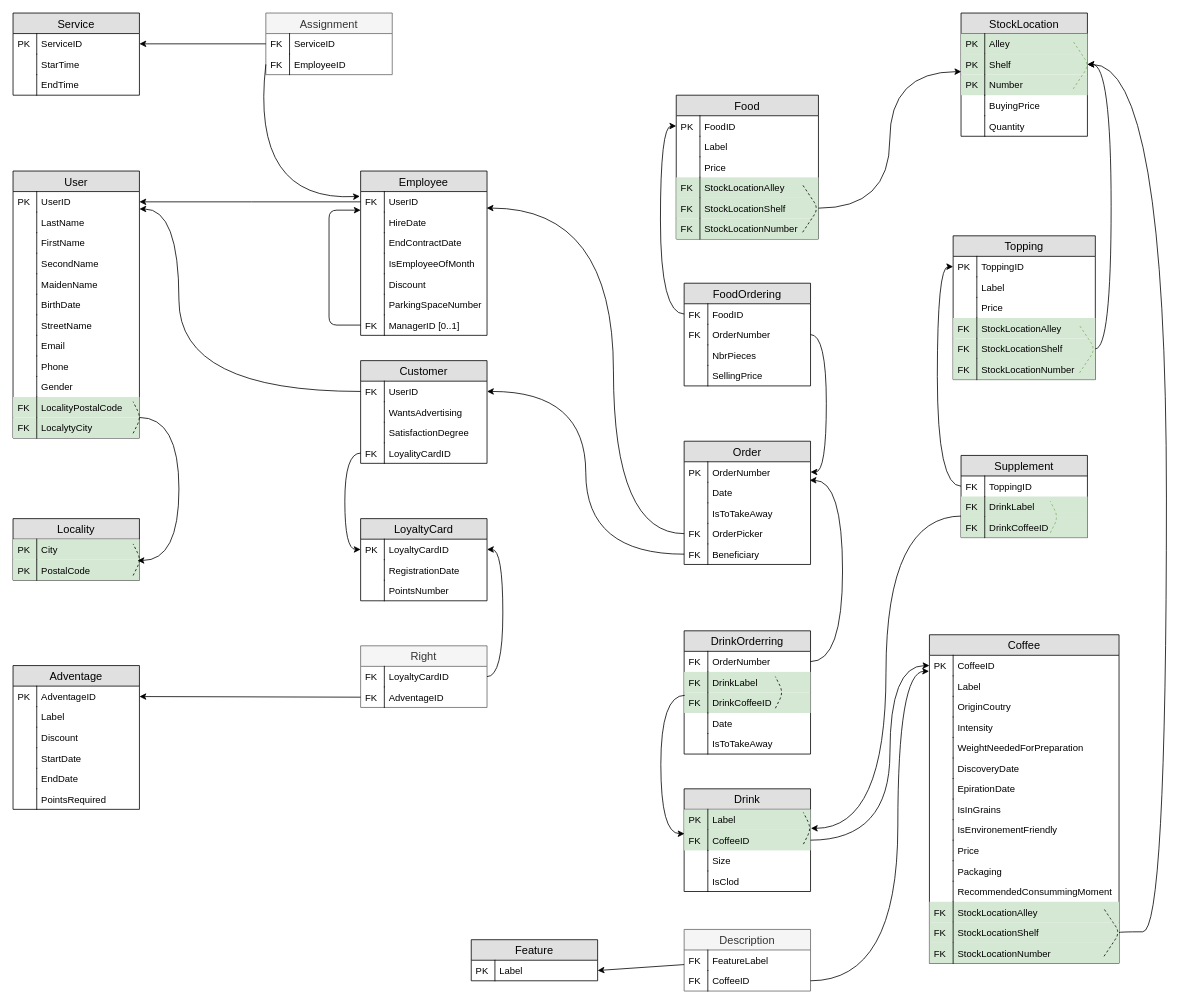
DrakeXorn/CoffIG keeps this draw.io diagram as schéma logique relationnel.drawio. Above is the earlier version. Source tidied: cells renumbered, new cells numbered last; positions are measured from the earlier drawing's top-left corner, leaving out a move shared by most shapes. Both pictures are drawn from the tidied source at 79%, with x=0, y=0 at pixel (13, 13).
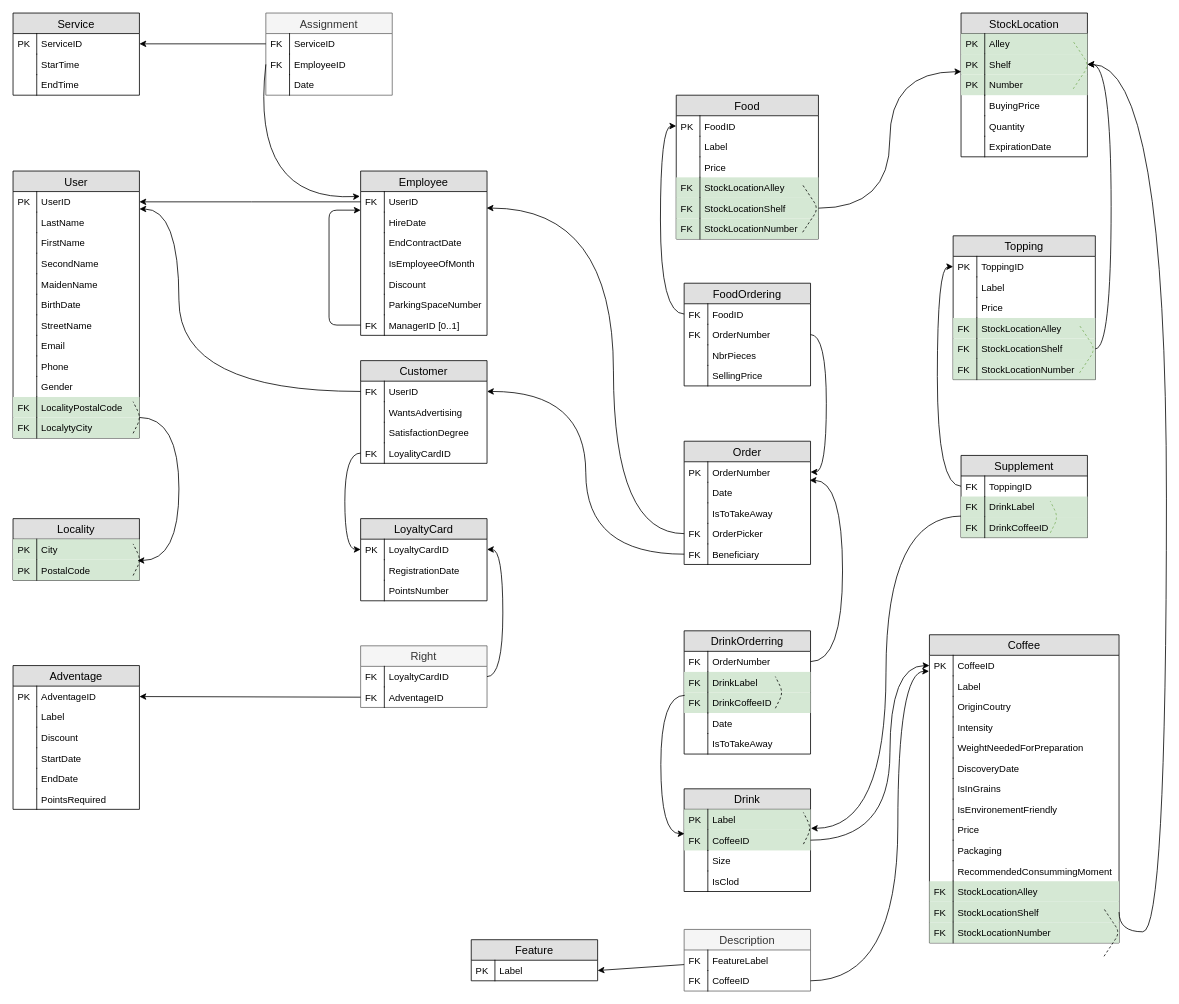
The same page after the edit.

The edit, as a diff of the source:
```diff
@@
     <mxCell id="9" value="Assignment" style="swimlane;fontStyle=0;horizontal=1;startSize=26;fillColor=#f5f5f5;swimlaneFillColor=#ffffff;align=center;fontSize=14;strokeColor=#666666;fontColor=#333333;" parent="1" vertex="1">
-      <mxGeometry x="320" width="160" height="78" as="geometry" />
+      <mxGeometry x="320" width="160" height="104" as="geometry" />
     </mxCell>
@@
+    <mxCell id="248" value="Date" style="shape=partialRectangle;top=0;left=0;right=0;bottom=0;align=left;verticalAlign=top;fillColor=none;spacingLeft=34;spacingRight=4;overflow=hidden;fontSize=12;" parent="9" vertex="1">
+      <mxGeometry y="78" width="160" height="26" as="geometry" />
+    </mxCell>
+    <mxCell id="249" style="shape=partialRectangle;top=0;left=0;bottom=0;fillColor=none;align=left;verticalAlign=top;spacingLeft=4;spacingRight=4;overflow=hidden;fontSize=12;" parent="248" vertex="1">
+      <mxGeometry width="30" height="26" as="geometry" />
+    </mxCell>
@@
     <mxCell id="104" value="StockLocation" style="swimlane;fontStyle=0;horizontal=1;startSize=26;fillColor=#e0e0e0;swimlaneFillColor=#ffffff;align=center;fontSize=14;" parent="1" vertex="1">
-      <mxGeometry x="1200" width="160" height="156" as="geometry" />
+      <mxGeometry x="1200" width="160" height="182" as="geometry" />
     </mxCell>
@@
+    <mxCell id="250" value="ExpirationDate" style="shape=partialRectangle;top=0;left=0;right=0;bottom=0;align=left;verticalAlign=top;fillColor=none;spacingLeft=34;spacingRight=4;overflow=hidden;fontSize=12;" parent="104" vertex="1">
+      <mxGeometry y="156" width="160" height="26" as="geometry" />
+    </mxCell>
+    <mxCell id="251" style="shape=partialRectangle;top=0;left=0;bottom=0;fillColor=none;align=left;verticalAlign=top;spacingLeft=4;spacingRight=4;overflow=hidden;fontSize=12;" parent="250" vertex="1">
+      <mxGeometry width="30" height="26" as="geometry" />
+    </mxCell>
@@
     <mxCell id="204" value="Coffee" style="swimlane;fontStyle=0;horizontal=1;startSize=26;fillColor=#e0e0e0;swimlaneFillColor=#ffffff;align=center;fontSize=14;" parent="1" vertex="1">
-      <mxGeometry x="1160" y="787" width="240" height="416" as="geometry" />
+      <mxGeometry x="1160" y="787" width="240" height="390" as="geometry" />
     </mxCell>
@@
-    <mxCell id="217" value="EpirationDate" style="shape=partialRectangle;top=0;left=0;right=0;bottom=0;align=left;verticalAlign=top;fillColor=none;spacingLeft=34;spacingRight=4;overflow=hidden;fontSize=12;" parent="204" vertex="1">
-      <mxGeometry y="182" width="240" height="26" as="geometry" />
-    </mxCell>
-    <mxCell id="218" style="shape=partialRectangle;top=0;left=0;bottom=0;fillColor=none;align=left;verticalAlign=top;spacingLeft=4;spacingRight=4;overflow=hidden;fontSize=12;" parent="217" vertex="1">
-      <mxGeometry width="30" height="26" as="geometry" />
-    </mxCell>
     <mxCell id="219" value="IsInGrains" style="shape=partialRectangle;top=0;left=0;right=0;bottom=0;align=left;verticalAlign=top;fillColor=none;spacingLeft=34;spacingRight=4;overflow=hidden;fontSize=12;" parent="204" vertex="1">
-      <mxGeometry y="208" width="240" height="26" as="geometry" />
+      <mxGeometry y="182" width="240" height="26" as="geometry" />
     </mxCell>
@@
     <mxCell id="221" value="IsEnvironementFriendly" style="shape=partialRectangle;top=0;left=0;right=0;bottom=0;align=left;verticalAlign=top;fillColor=none;spacingLeft=34;spacingRight=4;overflow=hidden;fontSize=12;" parent="204" vertex="1">
-      <mxGeometry y="234" width="240" height="26" as="geometry" />
+      <mxGeometry y="208" width="240" height="26" as="geometry" />
     </mxCell>
@@
     <mxCell id="223" value="Price" style="shape=partialRectangle;top=0;left=0;right=0;bottom=0;align=left;verticalAlign=top;fillColor=none;spacingLeft=34;spacingRight=4;overflow=hidden;fontSize=12;" parent="204" vertex="1">
-      <mxGeometry y="260" width="240" height="26" as="geometry" />
+      <mxGeometry y="234" width="240" height="26" as="geometry" />
     </mxCell>
@@
     <mxCell id="225" value="Packaging" style="shape=partialRectangle;top=0;left=0;right=0;bottom=0;align=left;verticalAlign=top;fillColor=none;spacingLeft=34;spacingRight=4;overflow=hidden;fontSize=12;" parent="204" vertex="1">
-      <mxGeometry y="286" width="240" height="26" as="geometry" />
+      <mxGeometry y="260" width="240" height="26" as="geometry" />
     </mxCell>
@@
     <mxCell id="227" value="RecommendedConsummingMoment" style="shape=partialRectangle;top=0;left=0;right=0;bottom=0;align=left;verticalAlign=top;fillColor=none;spacingLeft=34;spacingRight=4;overflow=hidden;fontSize=12;" parent="204" vertex="1">
-      <mxGeometry y="312" width="240" height="26" as="geometry" />
+      <mxGeometry y="286" width="240" height="26" as="geometry" />
     </mxCell>
@@
     <mxCell id="229" value="StockLocationAlley" style="shape=partialRectangle;top=0;left=0;right=0;bottom=0;align=left;verticalAlign=top;fillColor=#d5e8d4;spacingLeft=34;spacingRight=4;overflow=hidden;fontSize=12;strokeColor=#82b366;" parent="204" vertex="1">
-      <mxGeometry y="338" width="240" height="26" as="geometry" />
+      <mxGeometry y="312" width="240" height="26" as="geometry" />
     </mxCell>
@@
     <mxCell id="231" value="StockLocationShelf" style="shape=partialRectangle;top=0;left=0;right=0;bottom=0;align=left;verticalAlign=top;fillColor=#d5e8d4;spacingLeft=34;spacingRight=4;overflow=hidden;points=[[0,0.5],[1,0.5]];portConstraint=eastwest;fontSize=12;strokeColor=#82b366;" parent="204" vertex="1">
-      <mxGeometry y="364" width="240" height="26" as="geometry" />
+      <mxGeometry y="338" width="240" height="26" as="geometry" />
     </mxCell>
@@
     <mxCell id="233" value="StockLocationNumber" style="shape=partialRectangle;top=0;left=0;right=0;bottom=0;align=left;verticalAlign=top;fillColor=#d5e8d4;spacingLeft=34;spacingRight=4;overflow=hidden;fontSize=12;strokeColor=#82b366;" parent="204" vertex="1">
-      <mxGeometry y="390" width="240" height="26" as="geometry" />
+      <mxGeometry y="364" width="240" height="26" as="geometry" />
     </mxCell>
```
